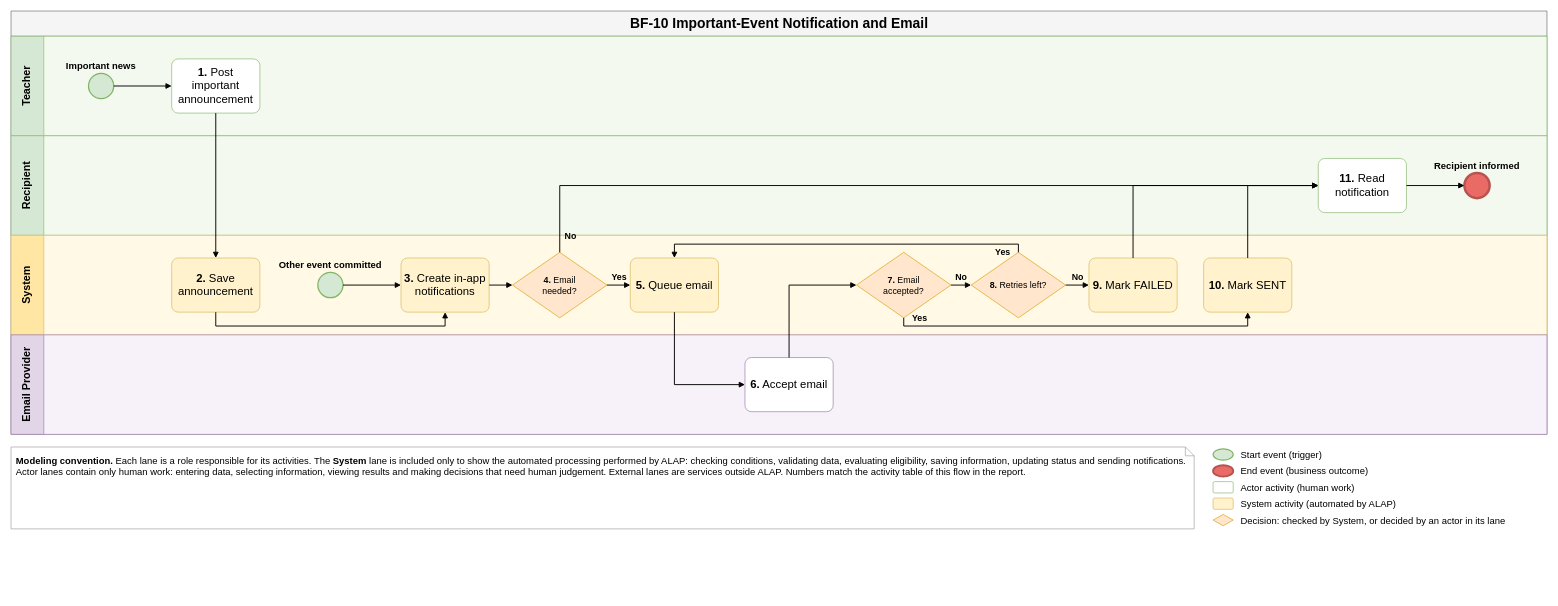
The draw.io diagram aidlc-docs/inception/main-business-flows/BF-10-Important-Event-Notification-and-Email.drawio in hygef-v4/AI-Powered-Learning-Platform, before the edit. Source tidied: cells renumbered, new cells numbered last; positions are measured from the earlier drawing's top-left corner, leaving out a move shared by most shapes. Both pictures are drawn from the tidied source at 63%, with x=0, y=0 at pixel (11, 11).
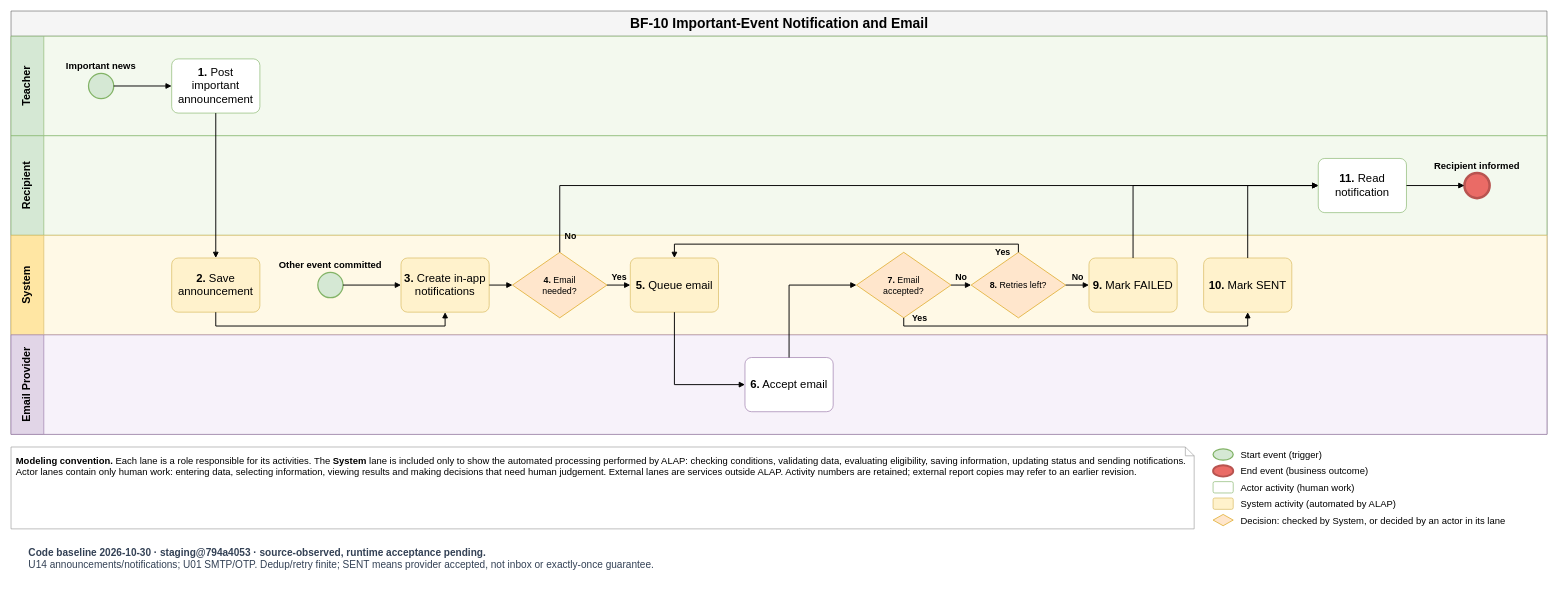
After the change.

The edit, as a diff of the source:
```diff
@@
-    <mxCell id="37" value="&lt;b&gt;Modeling convention.&lt;/b&gt; Each lane is a role responsible for its activities. The &lt;b&gt;System&lt;/b&gt; lane is included only to show the automated processing performed by ALAP: checking conditions, validating data, evaluating eligibility, saving information, updating status and sending notifications. Actor lanes contain only human work: entering data, selecting information, viewing results and making decisions that need human judgement. External lanes are services outside ALAP. Numbers match the activity table of this flow in the report." style="shape=note;whiteSpace=wrap;html=1;size=14;fillColor=#FFFFFF;strokeColor=#999999;fontSize=15;align=left;verticalAlign=top;spacing=8;" parent="1" vertex="1">
+    <mxCell id="37" value="&lt;b&gt;Modeling convention.&lt;/b&gt; Each lane is a role responsible for its activities. The &lt;b&gt;System&lt;/b&gt; lane is included only to show the automated processing performed by ALAP: checking conditions, validating data, evaluating eligibility, saving information, updating status and sending notifications. Actor lanes contain only human work: entering data, selecting information, viewing results and making decisions that need human judgement. External lanes are services outside ALAP. Activity numbers are retained; external report copies may refer to an earlier revision." style="shape=note;whiteSpace=wrap;html=1;size=14;fillColor=#FFFFFF;strokeColor=#999999;fontSize=15;align=left;verticalAlign=top;spacing=8;" parent="1" vertex="1">
       <mxGeometry y="692" width="1878" height="130" as="geometry" />
     </mxCell>
@@
+    <mxCell id="48" value="&lt;b&gt;Code baseline 2026-10-30 · staging@794a4053 · source-observed, runtime acceptance pending.&lt;/b&gt;&lt;br&gt;U14 announcements/notifications; U01 SMTP/OTP. Dedup/retry finite; SENT means provider accepted, not inbox or exactly-once guarantee." style="text;html=1;whiteSpace=wrap;align=left;verticalAlign=top;fontSize=16;fontColor=#334155;spacing=8;" parent="1" vertex="1">
+      <mxGeometry x="20" y="837" width="2398" height="90" as="geometry" />
+    </mxCell>
```
